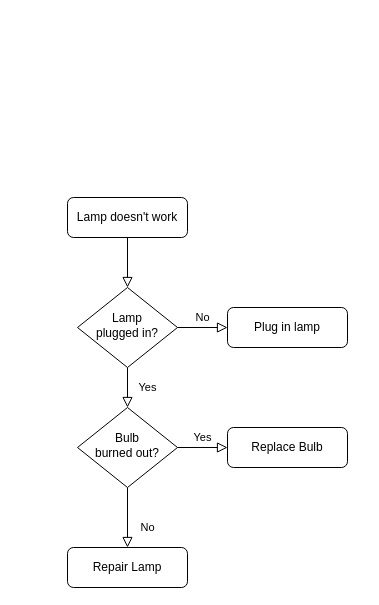
Above: Diagrama TP1.drawio in natimmansilla/Ejercicios-de-AED-resolucion- (draw.io), before the change. Source tidied: cells renumbered, new cells numbered last; positions are measured from the earlier drawing's top-left corner, leaving out a move shared by most shapes. Both pictures are drawn from the tidied source at 100%, with x=0, y=0 at pixel (67, 197).
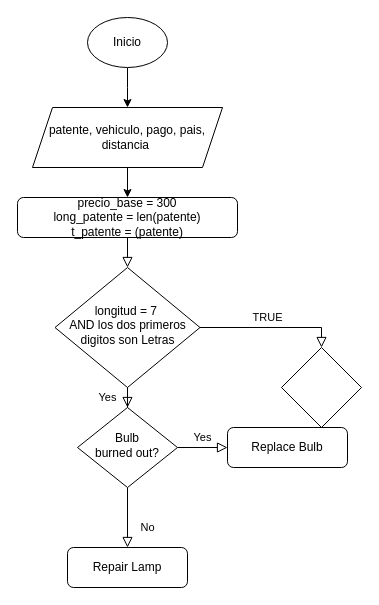
The same page after the edit.

Change to the diagram source:
```diff
@@
 <mxGraphModel>
   <root>
     <mxCell id="0" />
     <mxCell id="1" parent="0" />
     <mxCell id="2" style="rounded=0;html=1;jettySize=auto;fontSize=11;endArrow=block;endFill=0;endSize=8;strokeWidth=1;shadow=0;labelBackgroundColor=none;edgeStyle=orthogonalEdgeStyle;" parent="1" edge="1" source="3" target="6">
       <mxGeometry relative="1" as="geometry" />
     </mxCell>
-    <mxCell id="3" value="Lamp doesn't work" style="rounded=1;whiteSpace=wrap;html=1;fontSize=12;glass=0;strokeWidth=1;shadow=0;" parent="1" vertex="1">
-      <mxGeometry width="120" height="40" as="geometry" />
+    <mxCell id="3" value="precio_base = 300&lt;br&gt;long_patente = len(patente)&lt;br&gt;t_patente = (patente)" style="rounded=1;whiteSpace=wrap;html=1;fontSize=12;glass=0;strokeWidth=1;shadow=0;" parent="1" vertex="1">
+      <mxGeometry x="-50" width="220" height="40" as="geometry" />
     </mxCell>
     <mxCell id="4" value="Yes" style="rounded=0;html=1;jettySize=auto;fontSize=11;endArrow=block;endFill=0;endSize=8;strokeWidth=1;shadow=0;labelBackgroundColor=none;edgeStyle=orthogonalEdgeStyle;" parent="1" edge="1" source="6" target="10">
       <mxGeometry y="20" relative="1" as="geometry" />
     </mxCell>
-    <mxCell id="5" value="No" style="edgeStyle=orthogonalEdgeStyle;rounded=0;html=1;jettySize=auto;fontSize=11;endArrow=block;endFill=0;endSize=8;strokeWidth=1;shadow=0;labelBackgroundColor=none;" parent="1" edge="1" source="6" target="7">
-      <mxGeometry y="10" relative="1" as="geometry" />
+    <mxCell id="5" value="TRUE" style="edgeStyle=orthogonalEdgeStyle;rounded=0;html=1;jettySize=auto;fontSize=11;endArrow=block;endFill=0;endSize=8;strokeWidth=1;shadow=0;labelBackgroundColor=none;entryX=0.5;entryY=0;entryDx=0;entryDy=0;" parent="1" edge="1" source="6" target="17">
+      <mxGeometry x="-0.05" y="10" relative="1" as="geometry" />
     </mxCell>
-    <mxCell id="6" value="Lamp&lt;br&gt;plugged in?" style="rhombus;whiteSpace=wrap;html=1;shadow=0;fontFamily=Helvetica;fontSize=12;align=center;strokeWidth=1;spacing=6;spacingTop=-4;" parent="1" vertex="1">
-      <mxGeometry x="10" y="90" width="100" height="80" as="geometry" />
+    <mxCell id="6" value="longitud = 7&amp;nbsp;&lt;br&gt;AND los dos primeros digitos son Letras" style="rhombus;whiteSpace=wrap;html=1;shadow=0;fontFamily=Helvetica;fontSize=12;align=center;strokeWidth=1;spacing=6;spacingTop=-4;" parent="1" vertex="1">
+      <mxGeometry x="-12.5" y="70" width="145" height="120" as="geometry" />
     </mxCell>
-    <mxCell id="7" value="Plug in lamp" style="rounded=1;whiteSpace=wrap;html=1;fontSize=12;glass=0;strokeWidth=1;shadow=0;" parent="1" vertex="1">
-      <mxGeometry x="160" y="110" width="120" height="40" as="geometry" />
-    </mxCell>
     <mxCell id="8" value="No" style="rounded=0;html=1;jettySize=auto;fontSize=11;endArrow=block;endFill=0;endSize=8;strokeWidth=1;shadow=0;labelBackgroundColor=none;edgeStyle=orthogonalEdgeStyle;" parent="1" edge="1" source="10" target="11">
       <mxGeometry x="0.33" y="20" relative="1" as="geometry" />
     </mxCell>
     <mxCell id="9" value="Yes" style="edgeStyle=orthogonalEdgeStyle;rounded=0;html=1;jettySize=auto;fontSize=11;endArrow=block;endFill=0;endSize=8;strokeWidth=1;shadow=0;labelBackgroundColor=none;" parent="1" edge="1" source="10" target="12">
       <mxGeometry y="10" relative="1" as="geometry" />
     </mxCell>
     <mxCell id="10" value="Bulb&lt;br&gt;burned out?" style="rhombus;whiteSpace=wrap;html=1;shadow=0;fontFamily=Helvetica;fontSize=12;align=center;strokeWidth=1;spacing=6;spacingTop=-4;" parent="1" vertex="1">
       <mxGeometry x="10" y="210" width="100" height="80" as="geometry" />
     </mxCell>
     <mxCell id="11" value="Repair Lamp" style="rounded=1;whiteSpace=wrap;html=1;fontSize=12;glass=0;strokeWidth=1;shadow=0;" parent="1" vertex="1">
       <mxGeometry y="350" width="120" height="40" as="geometry" />
     </mxCell>
     <mxCell id="12" value="Replace Bulb" style="rounded=1;whiteSpace=wrap;html=1;fontSize=12;glass=0;strokeWidth=1;shadow=0;" parent="1" vertex="1">
       <mxGeometry x="160" y="230" width="120" height="40" as="geometry" />
     </mxCell>
+    <mxCell id="13" style="edgeStyle=orthogonalEdgeStyle;rounded=0;jettySize=auto;html=1;exitX=0.5;exitY=1;exitDx=0;exitDy=0;entryX=0.5;entryY=0;entryDx=0;entryDy=0;" parent="1" edge="1" target="3">
+      <mxGeometry relative="1" as="geometry">
+        <mxPoint x="60" y="-30" as="sourcePoint" />
+      </mxGeometry>
+    </mxCell>
+    <mxCell id="14" style="edgeStyle=orthogonalEdgeStyle;rounded=0;jettySize=auto;html=1;entryX=0.5;entryY=0;entryDx=0;entryDy=0;" parent="1" edge="1" source="15">
+      <mxGeometry relative="1" as="geometry">
+        <mxPoint x="60" y="-90" as="targetPoint" />
+      </mxGeometry>
+    </mxCell>
+    <mxCell id="15" value="Inicio" style="ellipse;whiteSpace=wrap;html=1;" parent="1" vertex="1">
+      <mxGeometry x="20" y="-180" width="80" height="50" as="geometry" />
+    </mxCell>
+    <mxCell id="16" value="patente, vehiculo, pago, pais, distancia&amp;nbsp;" style="shape=parallelogram;perimeter=parallelogramPerimeter;whiteSpace=wrap;html=1;fixedSize=1;" parent="1" vertex="1">
+      <mxGeometry x="-35" y="-90" width="190" height="60" as="geometry" />
+    </mxCell>
+    <mxCell id="17" style="rhombus;whiteSpace=wrap;html=1;" parent="1" vertex="1">
+      <mxGeometry x="214" y="150" width="80" height="80" as="geometry" />
+    </mxCell>
   </root>
 </mxGraphModel>
```
